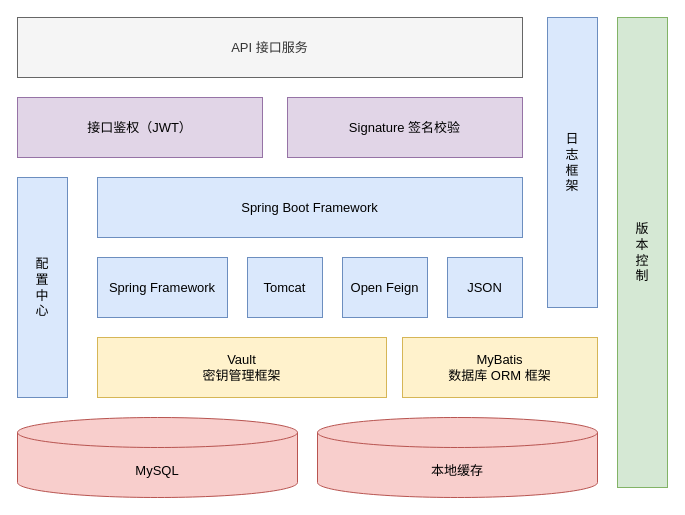
The draw.io diagram 架构图.drawio in thebesteric/draw.io, before the edit. Source tidied: cells renumbered, new cells numbered last; positions are measured from the earlier drawing's top-left corner, leaving out a move shared by most shapes. Both pictures are drawn from the tidied source at 100%, with x=0, y=0 at pixel (17, 17).
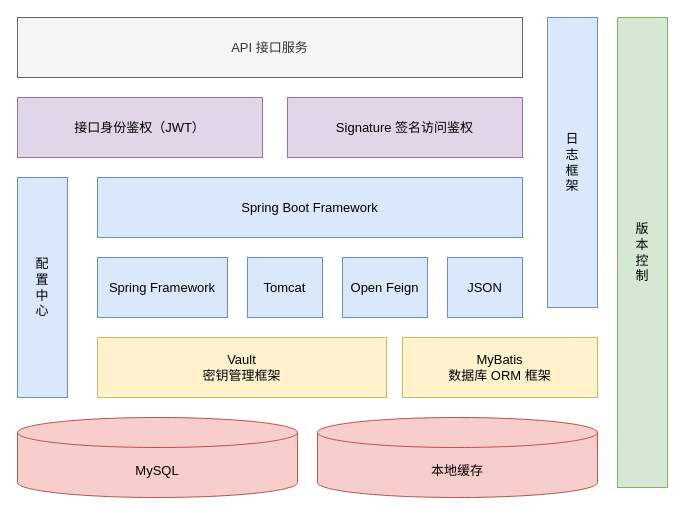
The same diagram, later.

Commit message (it also covers changes not shown here):
更新架构图.drawio

Diff of the diagram source:
```diff
@@
 <mxGraphModel>
   <root>
     <mxCell id="0" />
     <mxCell id="1" parent="0" />
     <mxCell id="2" value="MySQL" style="shape=cylinder3;whiteSpace=wrap;html=1;boundedLbl=1;backgroundOutline=1;size=15;fontSize=13;fillColor=#f8cecc;strokeColor=#b85450;" parent="1" vertex="1">
       <mxGeometry y="400" width="280" height="80" as="geometry" />
     </mxCell>
     <mxCell id="3" value="Vault&lt;br&gt;密钥管理框架" style="rounded=0;whiteSpace=wrap;html=1;fontSize=13;fillColor=#fff2cc;strokeColor=#d6b656;" parent="1" vertex="1">
       <mxGeometry x="80" y="320" width="289" height="60" as="geometry" />
     </mxCell>
     <mxCell id="4" value="API 接口服务" style="rounded=0;whiteSpace=wrap;html=1;fontSize=13;fontColor=#333333;fillColor=#f5f5f5;strokeColor=#666666;" parent="1" vertex="1">
       <mxGeometry width="505" height="60" as="geometry" />
     </mxCell>
     <mxCell id="5" value="Spring Boot Framework" style="rounded=0;whiteSpace=wrap;html=1;fontSize=13;fillColor=#dae8fc;strokeColor=#6c8ebf;" parent="1" vertex="1">
       <mxGeometry x="80" y="160" width="425" height="60" as="geometry" />
     </mxCell>
     <mxCell id="6" value="Spring Framework" style="rounded=0;whiteSpace=wrap;html=1;fontSize=13;fillColor=#dae8fc;strokeColor=#6c8ebf;" parent="1" vertex="1">
       <mxGeometry x="80" y="240" width="130" height="60" as="geometry" />
     </mxCell>
     <mxCell id="7" value="Tomcat" style="rounded=0;whiteSpace=wrap;html=1;fontSize=13;fillColor=#dae8fc;strokeColor=#6c8ebf;" parent="1" vertex="1">
       <mxGeometry x="230" y="240" width="75" height="60" as="geometry" />
     </mxCell>
     <mxCell id="8" value="Open Feign" style="rounded=0;whiteSpace=wrap;html=1;fontSize=13;fillColor=#dae8fc;strokeColor=#6c8ebf;" parent="1" vertex="1">
       <mxGeometry x="325" y="240" width="85" height="60" as="geometry" />
     </mxCell>
-    <mxCell id="9" value="接口鉴权（JWT）" style="rounded=0;whiteSpace=wrap;html=1;fontSize=13;fillColor=#e1d5e7;strokeColor=#9673a6;" parent="1" vertex="1">
+    <mxCell id="9" value="接口身份鉴权（JWT）" style="rounded=0;whiteSpace=wrap;html=1;fontSize=13;fillColor=#e1d5e7;strokeColor=#9673a6;" parent="1" vertex="1">
       <mxGeometry y="80" width="245" height="60" as="geometry" />
     </mxCell>
     <mxCell id="10" value="日&lt;br&gt;志&lt;br&gt;框&lt;br&gt;架" style="rounded=0;whiteSpace=wrap;html=1;fontSize=13;fillColor=#dae8fc;strokeColor=#6c8ebf;" parent="1" vertex="1">
       <mxGeometry x="530" width="50" height="290" as="geometry" />
     </mxCell>
-    <mxCell id="11" value="Signature 签名校验" style="rounded=0;whiteSpace=wrap;html=1;fontSize=13;fillColor=#e1d5e7;strokeColor=#9673a6;" parent="1" vertex="1">
+    <mxCell id="11" value="Signature 签名访问鉴权" style="rounded=0;whiteSpace=wrap;html=1;fontSize=13;fillColor=#e1d5e7;strokeColor=#9673a6;" parent="1" vertex="1">
       <mxGeometry x="270" y="80" width="235" height="60" as="geometry" />
     </mxCell>
     <mxCell id="12" value="版&lt;br&gt;本&lt;br&gt;控&lt;br&gt;制" style="rounded=0;whiteSpace=wrap;html=1;fontSize=13;fillColor=#d5e8d4;strokeColor=#82b366;" parent="1" vertex="1">
       <mxGeometry x="600" width="50" height="470" as="geometry" />
     </mxCell>
     <mxCell id="13" value="MyBatis&lt;br&gt;数据库 ORM 框架" style="rounded=0;whiteSpace=wrap;html=1;fontSize=13;fillColor=#fff2cc;strokeColor=#d6b656;" parent="1" vertex="1">
       <mxGeometry x="385" y="320" width="195" height="60" as="geometry" />
     </mxCell>
     <mxCell id="14" value="JSON" style="rounded=0;whiteSpace=wrap;html=1;fontSize=13;fillColor=#dae8fc;strokeColor=#6c8ebf;" parent="1" vertex="1">
       <mxGeometry x="430" y="240" width="75" height="60" as="geometry" />
     </mxCell>
     <mxCell id="15" value="本地缓存" style="shape=cylinder3;whiteSpace=wrap;html=1;boundedLbl=1;backgroundOutline=1;size=15;fontSize=13;fillColor=#f8cecc;strokeColor=#b85450;" parent="1" vertex="1">
       <mxGeometry x="300" y="400" width="280" height="80" as="geometry" />
     </mxCell>
     <mxCell id="16" value="配&lt;br&gt;置&lt;br&gt;中&lt;br&gt;心" style="rounded=0;whiteSpace=wrap;html=1;fontSize=13;fillColor=#dae8fc;strokeColor=#6c8ebf;" parent="1" vertex="1">
       <mxGeometry y="160" width="50" height="220" as="geometry" />
     </mxCell>
   </root>
 </mxGraphModel>
```
